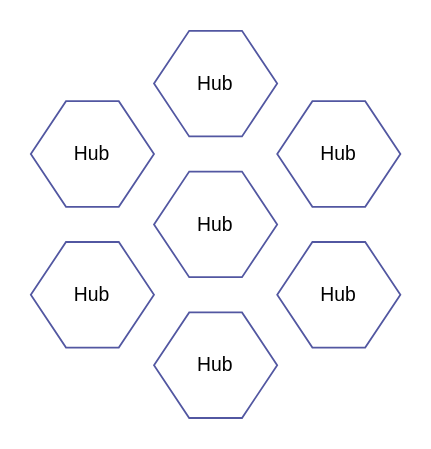
This is page "Hive" (9 of 9) of docs/hiveot.drawio from hiveot/hub, a draw.io file, before an edit. Source tidied: cells renumbered, new cells numbered last; positions are measured from the earlier drawing's top-left corner, leaving out a move shared by most shapes. Both pictures are drawn from the tidied source at 176%, with x=0, y=0 at pixel (30, 30). Pictures stored in the file or linked from it are replaced by grey dashed boxes.
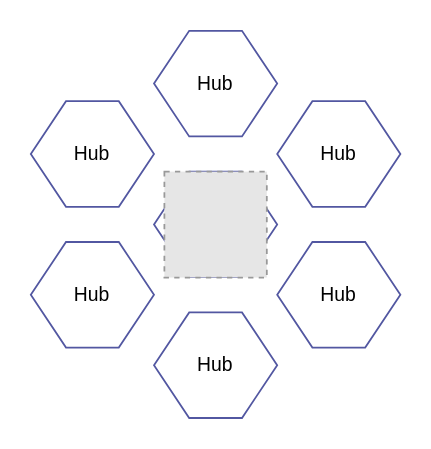
The same page after the edit.

The edit, as a diff of the source:
```diff
@@
 <mxGraphModel>
   <root>
     <mxCell id="0" />
     <mxCell id="1" parent="0" />
     <mxCell id="2" style="group;noLabel=0;" parent="1" vertex="1">
       <mxGeometry y="120" width="70" height="60" as="geometry" />
     </mxCell>
     <mxCell id="3" value="&lt;div style=&quot;&quot;&gt;&lt;font style=&quot;font-size: 11px;&quot;&gt;Hub&lt;/font&gt;&lt;/div&gt;" style="shape=hexagon;perimeter=hexagonPerimeter2;whiteSpace=wrap;html=1;fixedSize=1;rounded=0;glass=0;comic=0;strokeColor=#5257A1;fontSize=6;movableLabel=1;" parent="2" vertex="1">
       <mxGeometry width="70" height="60" as="geometry" />
     </mxCell>
     <mxCell id="4" style="group;noLabel=0;" parent="1" vertex="1">
       <mxGeometry x="70" width="70" height="60" as="geometry" />
     </mxCell>
     <mxCell id="5" value="&lt;div style=&quot;&quot;&gt;&lt;font style=&quot;font-size: 11px;&quot;&gt;Hub&lt;/font&gt;&lt;/div&gt;" style="shape=hexagon;perimeter=hexagonPerimeter2;whiteSpace=wrap;html=1;fixedSize=1;rounded=0;glass=0;comic=0;strokeColor=#5257A1;fontSize=6;movableLabel=1;" parent="4" vertex="1">
       <mxGeometry width="70" height="60" as="geometry" />
     </mxCell>
     <mxCell id="6" style="group;noLabel=0;" parent="1" vertex="1">
-      <mxGeometry x="70" y="80" width="70" height="60" as="geometry" />
+      <mxGeometry x="70" y="80" width="70" height="60.2" as="geometry" />
     </mxCell>
     <mxCell id="7" value="&lt;div style=&quot;&quot;&gt;&lt;font style=&quot;font-size: 11px;&quot;&gt;Hub&lt;/font&gt;&lt;/div&gt;" style="shape=hexagon;perimeter=hexagonPerimeter2;whiteSpace=wrap;html=1;fixedSize=1;rounded=0;glass=0;comic=0;strokeColor=#5257A1;fontSize=6;movableLabel=1;" parent="6" vertex="1">
       <mxGeometry width="70" height="60" as="geometry" />
     </mxCell>
+    <mxCell id="15" style="fillColor=#E6E6E6;strokeColor=#999999;dashed=1;verticalLabelPosition=bottom;labelBackgroundColor=default;verticalAlign=top;fontSize=11;" parent="6" vertex="1">
+      <mxGeometry x="5.9" width="58.2" height="60.2" as="geometry" />
+    </mxCell>
     <mxCell id="8" style="group;noLabel=0;" parent="1" vertex="1">
       <mxGeometry x="70" y="160" width="70" height="60" as="geometry" />
     </mxCell>
     <mxCell id="9" value="&lt;div style=&quot;&quot;&gt;&lt;font style=&quot;font-size: 11px;&quot;&gt;Hub&lt;/font&gt;&lt;/div&gt;" style="shape=hexagon;perimeter=hexagonPerimeter2;whiteSpace=wrap;html=1;fixedSize=1;rounded=0;glass=0;comic=0;strokeColor=#5257A1;fontSize=6;movableLabel=1;" parent="8" vertex="1">
       <mxGeometry width="70" height="60" as="geometry" />
     </mxCell>
     <mxCell id="10" style="group;noLabel=0;" parent="1" vertex="1">
       <mxGeometry x="140" y="40" width="70" height="60" as="geometry" />
     </mxCell>
     <mxCell id="11" value="&lt;div style=&quot;&quot;&gt;&lt;font style=&quot;font-size: 11px;&quot;&gt;Hub&lt;/font&gt;&lt;/div&gt;" style="shape=hexagon;perimeter=hexagonPerimeter2;whiteSpace=wrap;html=1;fixedSize=1;rounded=0;glass=0;comic=0;strokeColor=#5257A1;fontSize=6;movableLabel=1;" parent="10" vertex="1">
       <mxGeometry width="70" height="60" as="geometry" />
     </mxCell>
     <mxCell id="12" value="&lt;div style=&quot;&quot;&gt;&lt;font style=&quot;font-size: 11px;&quot;&gt;Hub&lt;/font&gt;&lt;/div&gt;" style="shape=hexagon;perimeter=hexagonPerimeter2;whiteSpace=wrap;html=1;fixedSize=1;rounded=0;glass=0;comic=0;strokeColor=#5257A1;fontSize=6;movableLabel=1;size=20.000000000000227;" parent="1" vertex="1">
       <mxGeometry y="40" width="70" height="60" as="geometry" />
     </mxCell>
     <mxCell id="13" style="group;noLabel=0;" parent="1" vertex="1">
       <mxGeometry x="140" y="120" width="70" height="60" as="geometry" />
     </mxCell>
     <mxCell id="14" value="&lt;div style=&quot;&quot;&gt;&lt;font style=&quot;font-size: 11px;&quot;&gt;Hub&lt;/font&gt;&lt;/div&gt;" style="shape=hexagon;perimeter=hexagonPerimeter2;whiteSpace=wrap;html=1;fixedSize=1;rounded=0;glass=0;comic=0;strokeColor=#5257A1;fontSize=6;movableLabel=1;" parent="13" vertex="1">
       <mxGeometry width="70" height="60" as="geometry" />
     </mxCell>
   </root>
 </mxGraphModel>
```
